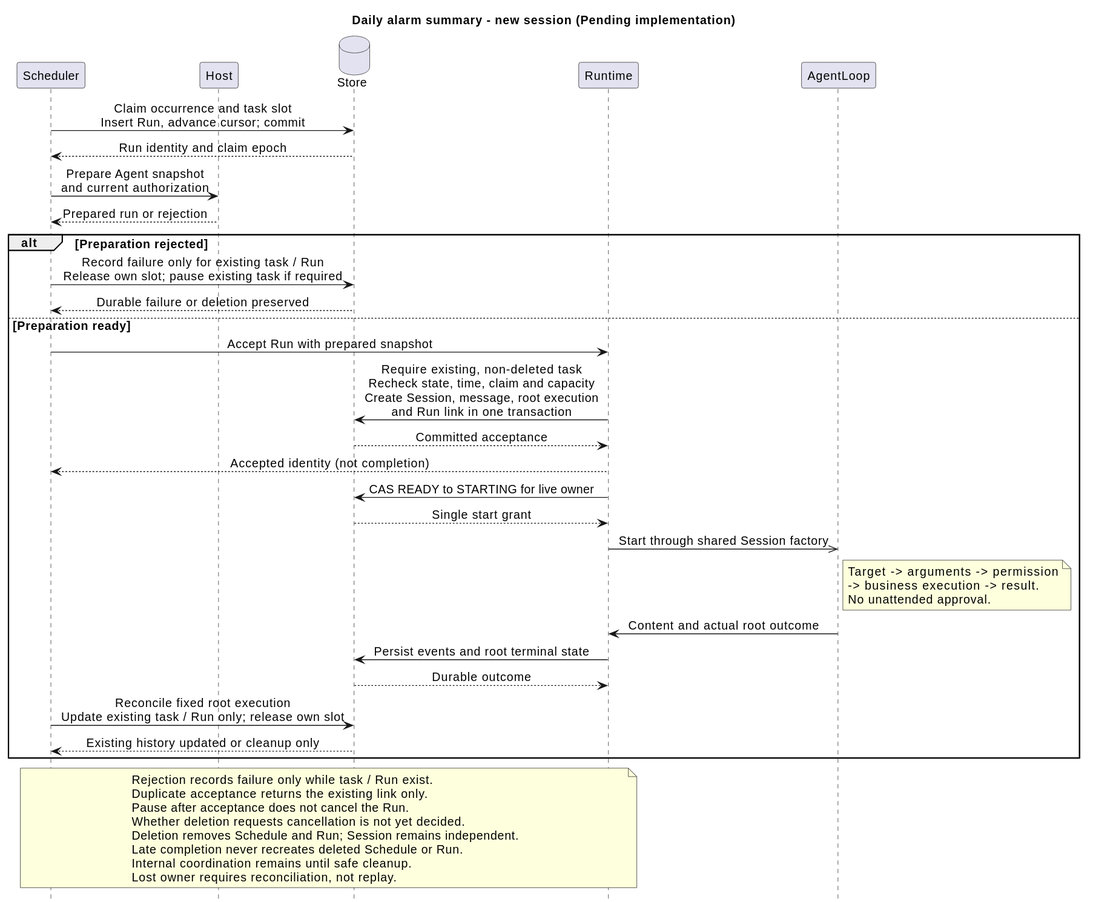
The PlantUML diagram 01-总体架构/08-CampusClaw定时任务/scheduled_run_sequence.svg in ssm0808/pi-mono-java-design, before a commit. The source it was exported from:
```plantuml
@startuml
title Daily alarm summary - new session (Pending implementation)
hide footbox
skinparam backgroundColor white
skinparam defaultFontSize 14
skinparam sequenceMessageAlign center
participant Scheduler
participant Host
database Store
participant Runtime
participant AgentLoop
Scheduler -> Store : Claim occurrence and task slot\nInsert Run, advance cursor; commit
Store --> Scheduler : Run identity and claim epoch
Scheduler -> Host : Prepare Agent snapshot\nand current authorization
Host --> Scheduler : Prepared run or rejection
alt Preparation rejected
  Scheduler -> Store : Record failure only for existing task / Run\nRelease own slot; pause existing task if required
  Store --> Scheduler : Durable failure or deletion preserved
else Preparation ready
  Scheduler -> Runtime : Accept Run with prepared snapshot
  Runtime -> Store : Require existing, non-deleted task\nRecheck state, time, claim and capacity\nCreate Session, message, root execution\nand Run link in one transaction
  Store --> Runtime : Committed acceptance
  Runtime --> Scheduler : Accepted identity (not completion)
  Runtime -> Store : CAS READY to STARTING for live owner
  Store --> Runtime : Single start grant
  Runtime ->> AgentLoop : Start through shared Session factory
  note right of AgentLoop
    Target -> arguments -> permission
    -> business execution -> result.
    No unattended approval.
  end note
  AgentLoop -> Runtime : Content and actual root outcome
  Runtime -> Store : Persist events and root terminal state
  Store --> Runtime : Durable outcome
  Scheduler -> Store : Reconcile fixed root execution\nUpdate existing task / Run only; release own slot
  Store --> Scheduler : Existing history updated or cleanup only
end
note over Scheduler, Runtime
  Rejection records failure only while task / Run exist.
  Duplicate acceptance returns the existing link only.
  Pause after acceptance does not cancel the Run.
  Whether deletion requests cancellation is not yet decided.
  Deletion removes Schedule and Run; Session remains independent.
  Late completion never recreates deleted Schedule or Run.
  Internal coordination remains until safe cleanup.
  Lost owner requires reconciliation, not replay.
end note
@enduml
```
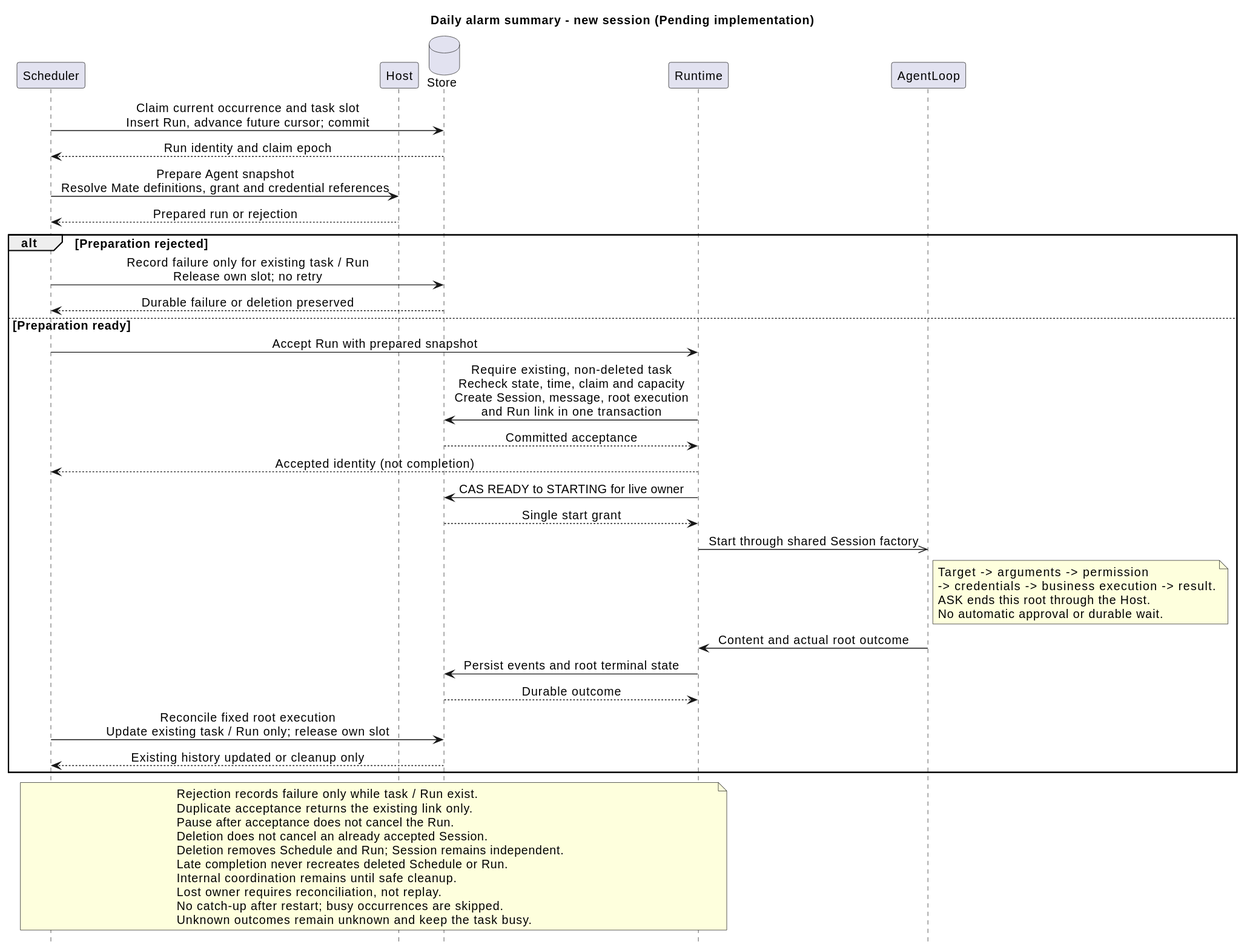
Above is the later version.

What changed in the source:
```diff
@@ -9,12 +9,12 @@
 database Store
 participant Runtime
 participant AgentLoop
-Scheduler -> Store : Claim occurrence and task slot\nInsert Run, advance cursor; commit
+Scheduler -> Store : Claim current occurrence and task slot\nInsert Run, advance future cursor; commit
 Store --> Scheduler : Run identity and claim epoch
-Scheduler -> Host : Prepare Agent snapshot\nand current authorization
+Scheduler -> Host : Prepare Agent snapshot\nResolve Mate definitions, grant and credential references
 Host --> Scheduler : Prepared run or rejection
 alt Preparation rejected
-  Scheduler -> Store : Record failure only for existing task / Run\nRelease own slot; pause existing task if required
+  Scheduler -> Store : Record failure only for existing task / Run\nRelease own slot; no retry
   Store --> Scheduler : Durable failure or deletion preserved
 else Preparation ready
   Scheduler -> Runtime : Accept Run with prepared snapshot
@@ -26,8 +26,9 @@
   Runtime ->> AgentLoop : Start through shared Session factory
   note right of AgentLoop
     Target -> arguments -> permission
-    -> business execution -> result.
-    No unattended approval.
+    -> credentials -> business execution -> result.
+    ASK ends this root through the Host.
+    No automatic approval or durable wait.
   end note
   AgentLoop -> Runtime : Content and actual root outcome
   Runtime -> Store : Persist events and root terminal state
@@ -39,10 +40,12 @@
   Rejection records failure only while task / Run exist.
   Duplicate acceptance returns the existing link only.
   Pause after acceptance does not cancel the Run.
-  Whether deletion requests cancellation is not yet decided.
+  Deletion does not cancel an already accepted Session.
   Deletion removes Schedule and Run; Session remains independent.
   Late completion never recreates deleted Schedule or Run.
   Internal coordination remains until safe cleanup.
   Lost owner requires reconciliation, not replay.
+  No catch-up after restart; busy occurrences are skipped.
+  Unknown outcomes remain unknown and keep the task busy.
 end note
 @enduml
```
